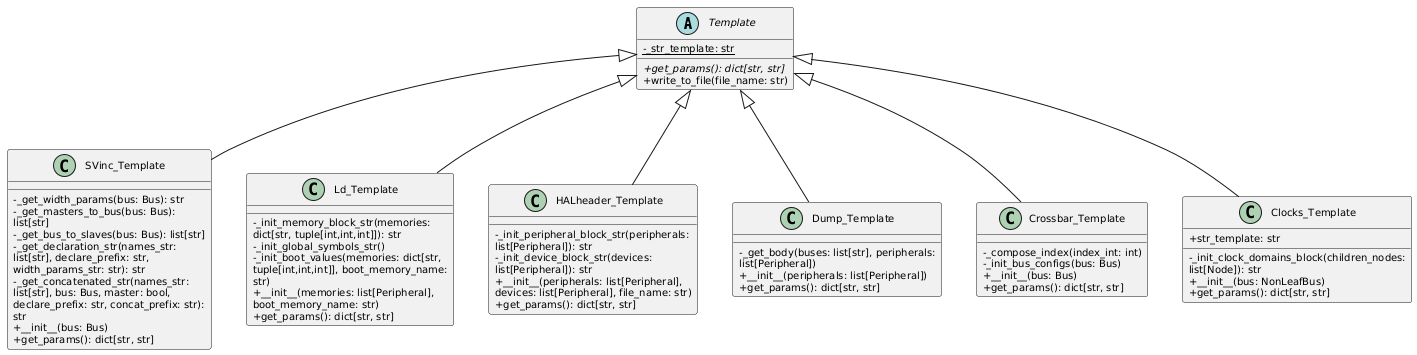
The PlantUML diagram config/doc/uml/template.png in HiSA-Team/Simply-V, before a commit. The source it was exported from:
```plantuml
@startuml
skinparam classAttributeIconSize 0
skinparam classFontSize 10
skinparam classAttributeFontSize 10
skinparam classMethodFontSize 10
skinparam classPadding 2
skinparam minClassWidth 120
skinparam maxMessageSize 80
skinparam wrapWidth 200


abstract class Template {
    -{static} _str_template: str
    +{abstract} get_params(): dict[str, str]
    +write_to_file(file_name: str)
}

class SVinc_Template {
    -_get_width_params(bus: Bus): str
    -_get_masters_to_bus(bus: Bus): list[str]
    -_get_bus_to_slaves(bus: Bus): list[str]
    -_get_declaration_str(names_str: list[str], declare_prefix: str, width_params_str: str): str
    -_get_concatenated_str(names_str: list[str], bus: Bus, master: bool, declare_prefix: str, concat_prefix: str): str
    +__init__(bus: Bus)
    +get_params(): dict[str, str]
}

class Ld_Template {
    -_init_memory_block_str(memories: dict[str, tuple[int,int,int]]): str
    -_init_global_symbols_str()
    -_init_boot_values(memories: dict[str, tuple[int,int,int]], boot_memory_name: str)
    +__init__(memories: list[Peripheral], boot_memory_name: str)
    +get_params(): dict[str, str]
}

class HALheader_Template {
    -_init_peripheral_block_str(peripherals: list[Peripheral]): str
    -_init_device_block_str(devices: list[Peripheral]): str
    +__init__(peripherals: list[Peripheral], devices: list[Peripheral], file_name: str)
    +get_params(): dict[str, str]
}

class Dump_Template {
    -_get_body(buses: list[str], peripherals: list[Peripheral])
    +__init__(peripherals: list[Peripheral])
    +get_params(): dict[str, str]
}

class Crossbar_Template {
    -_compose_index(index_int: int)
    -_init_bus_configs(bus: Bus)
    +__init__(bus: Bus)
    +get_params(): dict[str, str]
}

class Clocks_Template {
    +str_template: str
    -_init_clock_domains_block(children_nodes: list[Node]): str
    +__init__(bus: NonLeafBus)
    +get_params(): dict[str, str]
}

Template <|-- SVinc_Template
Template <|-- Ld_Template
Template <|-- HALheader_Template
Template <|-- Dump_Template
Template <|-- Crossbar_Template
Template <|-- Clocks_Template
@enduml
```
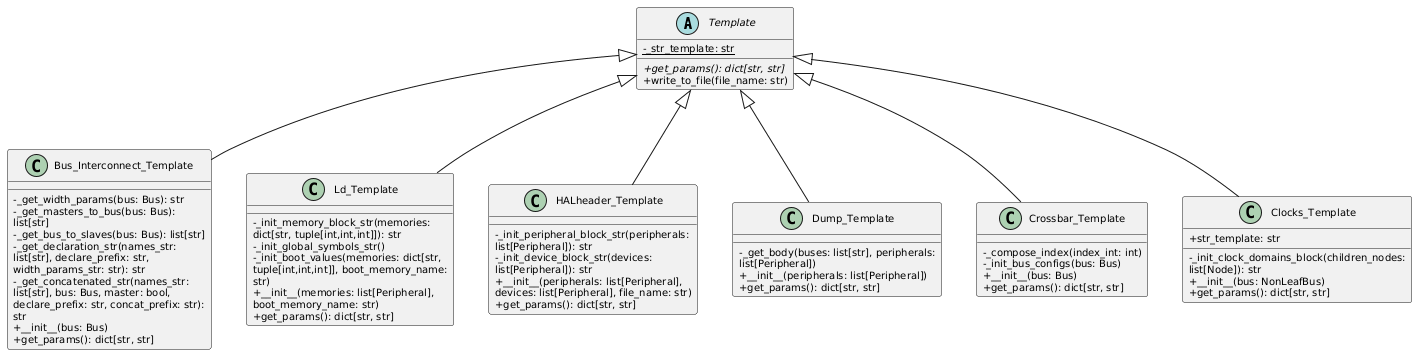
After the commit.

Diff of the diagram source:
```diff
@@ -15,7 +15,7 @@
     +write_to_file(file_name: str)
 }
 
-class SVinc_Template {
+class Bus_Interconnect_Template {
     -_get_width_params(bus: Bus): str
     -_get_masters_to_bus(bus: Bus): list[str]
     -_get_bus_to_slaves(bus: Bus): list[str]
@@ -60,7 +60,7 @@
     +get_params(): dict[str, str]
 }
 
-Template <|-- SVinc_Template
+Template <|-- Bus_Interconnect_Template
 Template <|-- Ld_Template
 Template <|-- HALheader_Template
 Template <|-- Dump_Template
```
